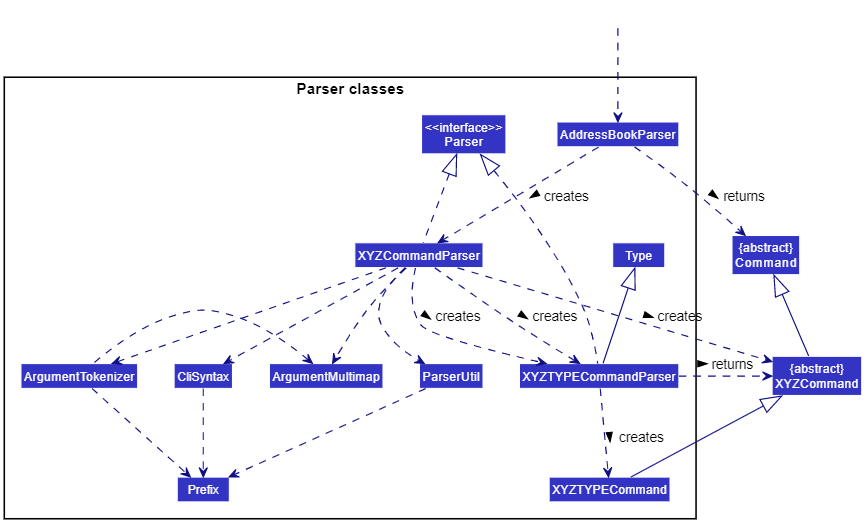
The PlantUML diagram docs/images/ParserClasses.png in rcjj98/tp, before a commit. Its source is kept beside it as docs/diagrams/ParserClasses.puml. Source of this version:
```plantuml
@startuml
!include style.puml
skinparam arrowThickness 1.1
skinparam arrowColor LOGIC_COLOR_T4
skinparam classBackgroundColor LOGIC_COLOR

Class "{abstract}\nCommand" as Command
Class "{abstract}\nXYZCommand" as XYZCommand

package "Parser classes"{
Class "<<interface>>\nParser" as Parser
Class AddressBookParser
Class XYZCommandParser
Class CliSyntax
Class ParserUtil
Class ArgumentMultimap
Class ArgumentTokenizer
Class Prefix
Class XYZTYPECommandParser
Class XYZTYPECommand
enum Type
}

Class HiddenOutside #FFFFFF
HiddenOutside ..> AddressBookParser

AddressBookParser .down.> XYZCommandParser: creates >
AddressBookParser ..> Command : returns >
XYZCommandParser ..> XYZCommand : creates >
XYZCommandParser .up.|> Parser
XYZCommandParser ..> ArgumentMultimap
XYZCommandParser ..> ArgumentTokenizer
XYZCommandParser ..> CliSyntax
XYZCommandParser ..> XYZTYPECommandParser : creates >
XYZTYPECommandParser ..> XYZTYPECommand : creates >
XYZTYPECommandParser ..> XYZCommand : returns >
XYZTYPECommandParser .up.|> Parser
XYZTYPECommand -up-|> XYZCommand
XYZTYPECommandParser -up-|> Type
ArgumentTokenizer .left.> ArgumentMultimap
CliSyntax ..> Prefix
XYZCommandParser ..> ParserUtil
ParserUtil .down.> Prefix
ArgumentTokenizer .down.> Prefix
XYZCommand -up-|> Command
XYZCommandParser ..> XYZTYPECommandParser: creates >

@enduml
```
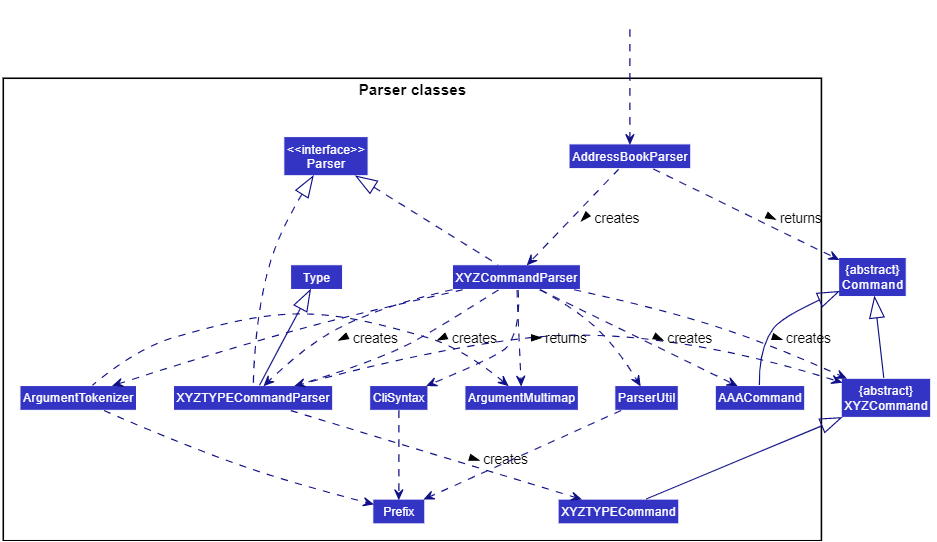
Later version of the same file.

The edit, as a diff of the source:
```diff
@@ -19,6 +19,7 @@
 Class XYZTYPECommandParser
 Class XYZTYPECommand
 enum Type
+Class AAACommand
 }
 
 Class HiddenOutside #FFFFFF
@@ -44,5 +45,7 @@
 ArgumentTokenizer .down.> Prefix
 XYZCommand -up-|> Command
 XYZCommandParser ..> XYZTYPECommandParser: creates >
+AAACommand -up|> Command
+XYZCommandParser ..> AAACommand : creates >
 
 @enduml
```
